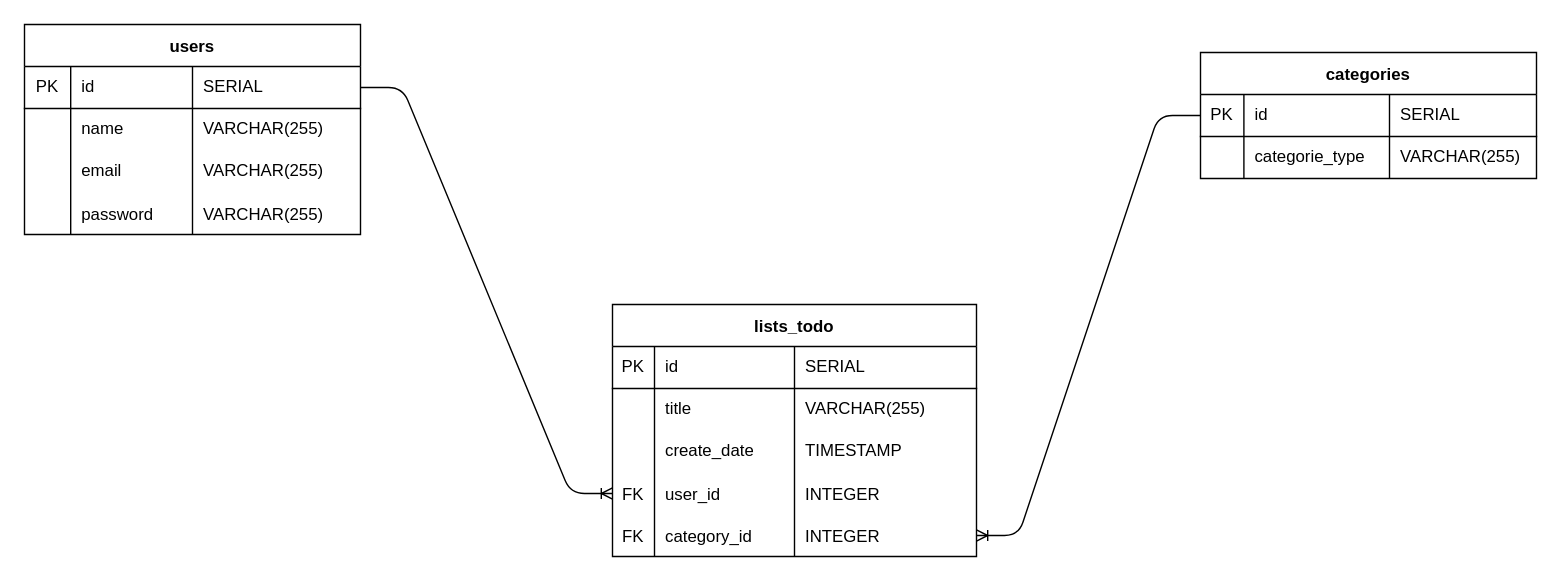
Above: ERD/Untitled Diagram.drawio in zacharypantalone/Smart-ToDo-List (draw.io), before the change. Source tidied: cells renumbered, new cells numbered last; positions are measured from the earlier drawing's top-left corner, leaving out a move shared by most shapes. Both pictures are drawn from the tidied source at 140%, with x=0, y=0 at pixel (24, 24).
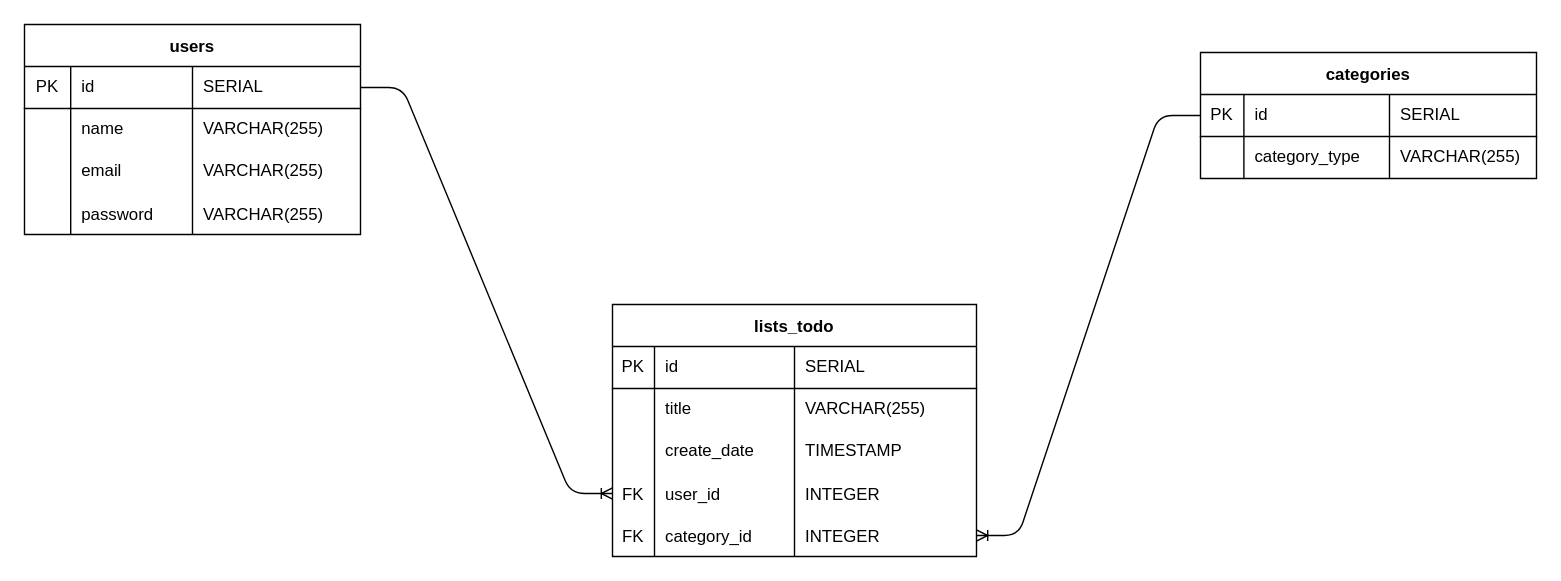
The same diagram, later.

Commit message (it also covers changes not shown here):
finalized ERD

The change refers to these unchanged cells:
```xml
<mxCell id="28" style="shape=partialRectangle;html=1;whiteSpace=wrap;fillColor=none;top=0;left=0;bottom=0;right=0;" parent="23" vertex="1">
  <mxGeometry y="60" width="240" height="30" as="geometry" />
</mxCell>
```

The edit, as a diff of the source:
```diff
@@
-    <mxCell id="30" value="categorie_type" style="shape=partialRectangle;html=1;whiteSpace=wrap;fillColor=none;top=0;left=0;bottom=0;right=0;align=left;spacingLeft=6;overflow=hidden;" parent="28" vertex="1">
+    <mxCell id="30" value="category_type" style="shape=partialRectangle;html=1;whiteSpace=wrap;fillColor=none;top=0;left=0;bottom=0;right=0;align=left;spacingLeft=6;overflow=hidden;" parent="28" vertex="1">
       <mxGeometry x="31" width="104" height="30" as="geometry" />
     </mxCell>
```
